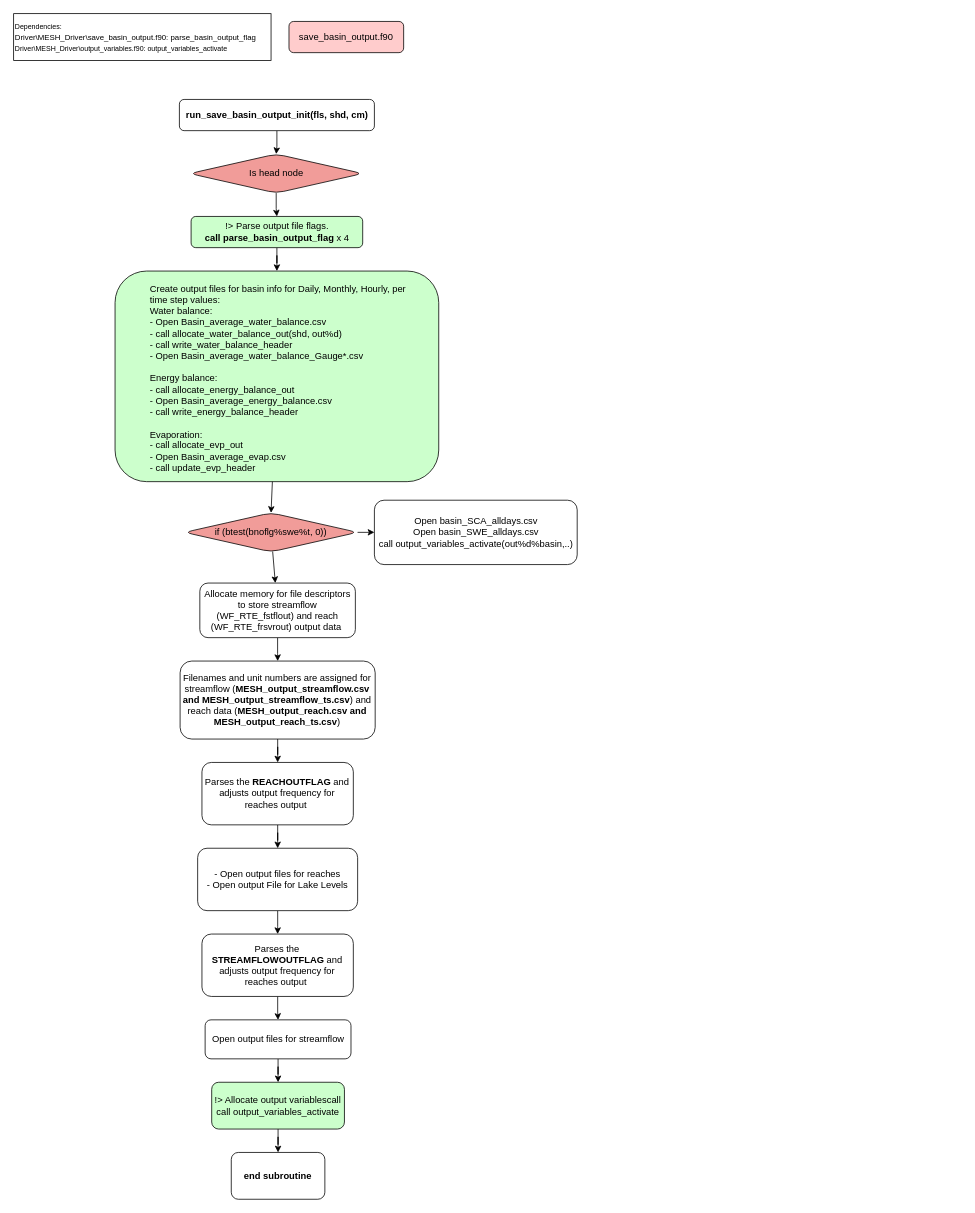
This is save_basin_output.drawio from MeshMapping/r1813_Mappings, a draw.io file, before an edit. Source tidied: cells renumbered, new cells numbered last; positions are measured from the earlier drawing's top-left corner, leaving out a move shared by most shapes. Both pictures are drawn from the tidied source at 78%, with x=0, y=0 at pixel (13, 13).
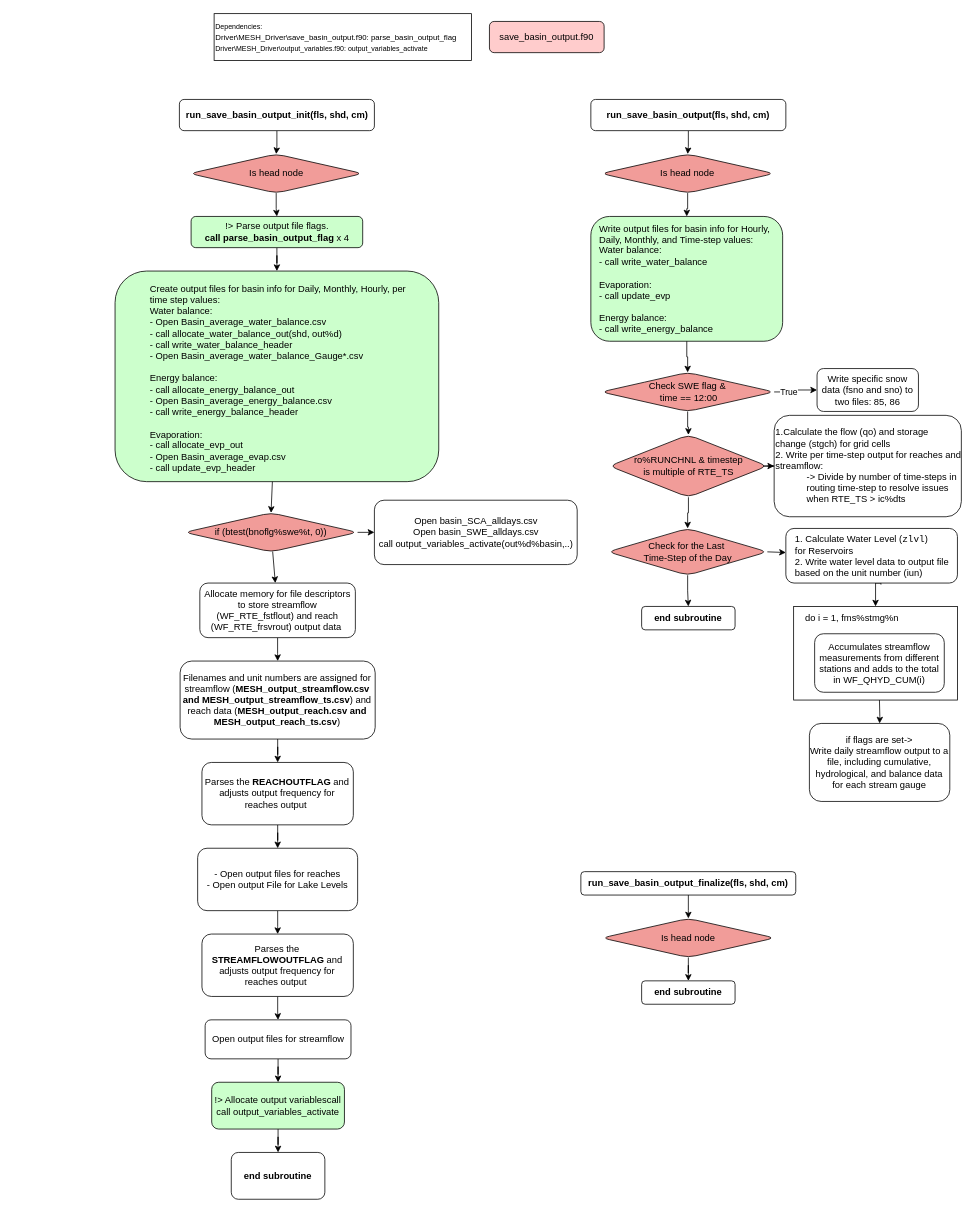
The same diagram, later.

The edit, as a diff of the source:
```diff
@@
     <mxCell id="4" value="&lt;div&gt;&lt;font style=&quot;font-size: 9px;&quot;&gt;Dependencies:&lt;/font&gt;&lt;/div&gt;&lt;div&gt;&lt;font style=&quot;&quot;&gt;&lt;font size=&quot;1&quot;&gt;Driver\MESH_Driver\save_basin_output.f90: parse_basin_output_flag&lt;/font&gt;&lt;br&gt;&lt;/font&gt;&lt;/div&gt;&lt;div&gt;&lt;font style=&quot;font-size: 9px;&quot;&gt;Driver\MESH_Driver\output_variables.f90: output_variables_activate&lt;/font&gt;&lt;br&gt;&lt;/div&gt;" style="rounded=0;whiteSpace=wrap;html=1;align=left;" parent="1" vertex="1">
-      <mxGeometry width="330" height="60" as="geometry" />
+      <mxGeometry x="257" width="330" height="60" as="geometry" />
     </mxCell>
@@
     <mxCell id="32" value="save_basin_output.f90" style="rounded=1;whiteSpace=wrap;html=1;fillColor=#FFCCCC;" parent="1" vertex="1">
-      <mxGeometry x="353" y="10" width="147" height="40" as="geometry" />
+      <mxGeometry x="610" y="10" width="147" height="40" as="geometry" />
     </mxCell>
+    <mxCell id="33" style="edgeStyle=orthogonalEdgeStyle;rounded=0;jettySize=auto;html=1;exitX=0.5;exitY=1;exitDx=0;exitDy=0;" parent="1" edge="1" source="34" target="36">
+      <mxGeometry relative="1" as="geometry" />
+    </mxCell>
+    <mxCell id="34" value="run_save_basin_output(fls, shd, cm)" style="rounded=1;whiteSpace=wrap;html=1;fontStyle=1;" parent="1" vertex="1">
+      <mxGeometry x="740" y="110" width="250" height="40" as="geometry" />
+    </mxCell>
+    <mxCell id="35" style="edgeStyle=orthogonalEdgeStyle;rounded=0;jettySize=auto;html=1;entryX=0.5;entryY=0;entryDx=0;entryDy=0;" parent="1" edge="1" source="36" target="38">
+      <mxGeometry relative="1" as="geometry" />
+    </mxCell>
+    <mxCell id="36" value="&lt;span style=&quot;font-weight: normal;&quot;&gt;Is head node&lt;/span&gt;" style="rhombus;whiteSpace=wrap;html=1;rounded=1;fontStyle=1;fillColor=#F19C99;" parent="1" vertex="1">
+      <mxGeometry x="753.2" y="180" width="221.8" height="50" as="geometry" />
+    </mxCell>
+    <mxCell id="37" style="group;fillColor=#FFFFFF;" parent="1" vertex="1">
+      <mxGeometry x="740" y="260" width="245.9" height="160" as="geometry" />
+    </mxCell>
+    <mxCell id="38" value="&lt;div&gt;&lt;br&gt;&lt;/div&gt;" style="rounded=1;whiteSpace=wrap;html=1;fontStyle=1;fillColor=#CCFFCC;" parent="37" vertex="1">
+      <mxGeometry width="245.9" height="160" as="geometry" />
+    </mxCell>
+    <mxCell id="39" value="&lt;div&gt;Write output files for basin info for&amp;nbsp;&lt;span style=&quot;background-color: initial;&quot;&gt;Hourly,&amp;nbsp;&lt;/span&gt;&lt;/div&gt;&lt;div&gt;&lt;span style=&quot;background-color: initial;&quot;&gt;Daily, Monthly, and Time-step values:&lt;/span&gt;&lt;/div&gt;&lt;div&gt;Water balance:&lt;/div&gt;&lt;div&gt;- call write_water_balance&lt;/div&gt;&lt;div&gt;&lt;br&gt;&lt;/div&gt;&lt;div&gt;&lt;div&gt;Evaporation:&lt;/div&gt;&lt;div&gt;- call&amp;nbsp;update_evp&lt;/div&gt;&lt;/div&gt;&lt;div&gt;&lt;br&gt;&lt;/div&gt;&lt;div&gt;Energy balance:&lt;/div&gt;&lt;div&gt;-&amp;nbsp;&lt;span style=&quot;background-color: initial;&quot;&gt;call write_energy_balance&lt;/span&gt;&lt;/div&gt;" style="text;html=1;align=left;verticalAlign=middle;whiteSpace=wrap;rounded=0;" parent="37" vertex="1">
+      <mxGeometry x="8.8" y="9.4" width="228.3" height="141.2" as="geometry" />
+    </mxCell>
+    <mxCell id="40" style="edgeStyle=orthogonalEdgeStyle;rounded=0;jettySize=auto;html=1;" parent="1" edge="1" source="43" target="45">
+      <mxGeometry relative="1" as="geometry" />
+    </mxCell>
+    <mxCell id="41" value="True" style="edgeLabel;html=1;align=center;verticalAlign=middle;" parent="40" vertex="1">
+      <mxGeometry x="-0.38" relative="1" as="geometry" />
+    </mxCell>
+    <mxCell id="42" style="edgeStyle=orthogonalEdgeStyle;rounded=0;jettySize=auto;html=1;entryX=0.5;entryY=0;entryDx=0;entryDy=0;" parent="1" edge="1" source="43" target="48">
+      <mxGeometry relative="1" as="geometry" />
+    </mxCell>
+    <mxCell id="43" value="&lt;span style=&quot;font-weight: normal;&quot;&gt;Check SWE flag &amp;amp;&lt;/span&gt;&lt;div&gt;&lt;span style=&quot;font-weight: normal;&quot;&gt;&amp;nbsp;time == 12:00&lt;/span&gt;&lt;/div&gt;" style="rhombus;whiteSpace=wrap;html=1;rounded=1;fontStyle=1;fillColor=#F19C99;" parent="1" vertex="1">
+      <mxGeometry x="753.2" y="460" width="221.8" height="50" as="geometry" />
+    </mxCell>
+    <mxCell id="44" style="edgeStyle=orthogonalEdgeStyle;rounded=0;jettySize=auto;html=1;entryX=0.5;entryY=0;entryDx=0;entryDy=0;" parent="1" edge="1" source="38" target="43">
+      <mxGeometry relative="1" as="geometry" />
+    </mxCell>
+    <mxCell id="45" value="&lt;span style=&quot;font-weight: normal;&quot;&gt;Write specific snow data (fsno and sno) to two files: 85, 86&lt;/span&gt;" style="whiteSpace=wrap;html=1;fillColor=#FFFFFF;rounded=1;fontStyle=1;" parent="1" vertex="1">
+      <mxGeometry x="1030" y="455" width="130" height="55" as="geometry" />
+    </mxCell>
+    <mxCell id="46" style="edgeStyle=orthogonalEdgeStyle;rounded=0;jettySize=auto;html=1;" parent="1" edge="1" source="48" target="49">
+      <mxGeometry relative="1" as="geometry" />
+    </mxCell>
+    <mxCell id="47" style="edgeStyle=orthogonalEdgeStyle;rounded=0;jettySize=auto;html=1;" parent="1" edge="1" source="48" target="52">
+      <mxGeometry relative="1" as="geometry" />
+    </mxCell>
+    <mxCell id="48" value="&lt;span style=&quot;font-weight: 400;&quot;&gt;ro%RUNCHNL &amp;amp;&amp;nbsp;&lt;/span&gt;&lt;span style=&quot;background-color: initial; font-weight: 400;&quot;&gt;timestep&lt;/span&gt;&lt;div&gt;&lt;span style=&quot;background-color: initial; font-weight: 400;&quot;&gt;&amp;nbsp;is multiple of&amp;nbsp;&lt;/span&gt;&lt;span style=&quot;background-color: initial; font-weight: 400;&quot;&gt;RTE_TS&lt;/span&gt;&lt;span style=&quot;background-color: initial; font-weight: 400;&quot;&gt;&amp;nbsp;&lt;/span&gt;&lt;/div&gt;" style="rhombus;whiteSpace=wrap;html=1;rounded=1;fontStyle=1;fillColor=#F19C99;" parent="1" vertex="1">
+      <mxGeometry x="763.8" y="540" width="202.5" height="80" as="geometry" />
+    </mxCell>
+    <mxCell id="49" value="&lt;span style=&quot;font-weight: normal;&quot;&gt;1.Calculate the flow (qo) and storage change (stgch) for grid cells&lt;/span&gt;&lt;div&gt;&lt;span style=&quot;font-weight: normal;&quot;&gt;2. &lt;/span&gt;&lt;span style=&quot;font-weight: 400;&quot;&gt;Write per time-step output for reaches and streamflow:&lt;/span&gt;&lt;br&gt;&lt;/div&gt;&lt;blockquote style=&quot;margin: 0 0 0 40px; border: none; padding: 0px;&quot;&gt;&lt;div&gt;&lt;span style=&quot;background-color: initial; font-weight: 400;&quot;&gt;-&amp;gt; Divide by number of time-steps in routing time-step to resolve issues when RTE_TS &amp;gt; ic%dts&lt;/span&gt;&lt;/div&gt;&lt;/blockquote&gt;" style="whiteSpace=wrap;html=1;fillColor=#FFFFFF;rounded=1;fontStyle=1;align=left;" parent="1" vertex="1">
+      <mxGeometry x="975" y="515" width="240" height="130" as="geometry" />
+    </mxCell>
+    <mxCell id="50" style="edgeStyle=orthogonalEdgeStyle;rounded=0;jettySize=auto;html=1;entryX=0.5;entryY=0;entryDx=0;entryDy=0;exitX=0.533;exitY=1.029;exitDx=0;exitDy=0;exitPerimeter=0;" parent="1" edge="1" source="55" target="58">
+      <mxGeometry relative="1" as="geometry">
+        <Array as="points">
+          <mxPoint x="1112" y="730" />
+          <mxPoint x="1105" y="730" />
+        </Array>
+      </mxGeometry>
+    </mxCell>
+    <mxCell id="51" style="edgeStyle=orthogonalEdgeStyle;rounded=0;jettySize=auto;html=1;entryX=0.5;entryY=0;entryDx=0;entryDy=0;" parent="1" edge="1" source="52" target="63">
+      <mxGeometry relative="1" as="geometry" />
+    </mxCell>
+    <mxCell id="52" value="&lt;span style=&quot;font-weight: 400;&quot;&gt;Check for the Last&amp;nbsp;&lt;/span&gt;&lt;div&gt;&lt;span style=&quot;font-weight: 400;&quot;&gt;Time-Step of the Day&lt;/span&gt;&lt;/div&gt;" style="rhombus;whiteSpace=wrap;html=1;rounded=1;fontStyle=1;fillColor=#F19C99;" parent="1" vertex="1">
+      <mxGeometry x="761.8" y="660" width="204.5" height="60" as="geometry" />
+    </mxCell>
+    <mxCell id="53" style="group;" parent="1" vertex="1">
+      <mxGeometry x="990" y="660" width="220" height="75" as="geometry" />
+    </mxCell>
+    <mxCell id="54" style="whiteSpace=wrap;html=1;fillColor=#FFFFFF;rounded=1;fontStyle=1;" parent="53" vertex="1">
+      <mxGeometry width="220" height="70" as="geometry" />
+    </mxCell>
+    <mxCell id="55" value="1. Calculate Water Level (&lt;code&gt;zlvl&lt;/code&gt;) for&amp;nbsp;Reservoirs&lt;div&gt;2. Write water level data to output file based on the unit number (iun)&lt;/div&gt;" style="text;whiteSpace=wrap;html=1;" parent="53" vertex="1">
+      <mxGeometry x="10" width="210" height="70" as="geometry" />
+    </mxCell>
+    <mxCell id="56" style="rounded=0;jettySize=auto;html=1;exitX=1;exitY=0.5;exitDx=0;exitDy=0;" parent="1" edge="1" source="52" target="54">
+      <mxGeometry relative="1" as="geometry" />
+    </mxCell>
+    <mxCell id="57" style="group;" parent="1" vertex="1">
+      <mxGeometry x="1000" y="760" width="210" height="120" as="geometry" />
+    </mxCell>
+    <mxCell id="58" style="rounded=0;whiteSpace=wrap;html=1;" parent="57" vertex="1">
+      <mxGeometry width="210" height="120" as="geometry" />
+    </mxCell>
+    <mxCell id="59" value="&lt;span style=&quot;font-weight: normal;&quot;&gt;Accumulates&amp;nbsp;streamflow measurements from different stations and adds to the total in&amp;nbsp;&lt;/span&gt;&lt;span style=&quot;font-weight: 400;&quot;&gt;WF_QHYD_CUM(i)&lt;/span&gt;" style="whiteSpace=wrap;html=1;fillColor=#FFFFFF;rounded=1;fontStyle=1;" parent="57" vertex="1">
+      <mxGeometry x="26.9" y="35" width="166.2" height="75" as="geometry" />
+    </mxCell>
+    <mxCell id="60" value="do i = 1, fms%stmg%n" style="text;html=1;align=center;verticalAlign=middle;whiteSpace=wrap;rounded=0;" parent="57" vertex="1">
+      <mxGeometry x="10" y="10" width="130" height="10" as="geometry" />
+    </mxCell>
+    <mxCell id="61" value="&lt;span style=&quot;font-weight: normal;&quot;&gt;if flags are set-&amp;gt;&lt;/span&gt;&lt;div&gt;&lt;span style=&quot;font-weight: normal;&quot;&gt;Write daily streamflow output to a file, including cumulative, hydrological, and balance data for each stream gauge&lt;/span&gt;&lt;/div&gt;" style="whiteSpace=wrap;html=1;fillColor=#FFFFFF;rounded=1;fontStyle=1;" parent="1" vertex="1">
+      <mxGeometry x="1020.2" y="910" width="180" height="100" as="geometry" />
+    </mxCell>
+    <mxCell id="62" style="edgeStyle=orthogonalEdgeStyle;rounded=0;jettySize=auto;html=1;" parent="1" edge="1" target="61">
+      <mxGeometry relative="1" as="geometry">
+        <mxPoint x="1110" y="880" as="sourcePoint" />
+      </mxGeometry>
+    </mxCell>
+    <mxCell id="63" value="end subroutine" style="whiteSpace=wrap;html=1;fillColor=#FFFFFF;rounded=1;fontStyle=1;" parent="1" vertex="1">
+      <mxGeometry x="805.1" y="760" width="119.8" height="30" as="geometry" />
+    </mxCell>
+    <mxCell id="64" style="edgeStyle=orthogonalEdgeStyle;rounded=0;jettySize=auto;html=1;entryX=0.5;entryY=0;entryDx=0;entryDy=0;" parent="1" edge="1" source="65" target="67">
+      <mxGeometry relative="1" as="geometry" />
+    </mxCell>
+    <mxCell id="65" value="run_save_basin_output_finalize(fls, shd, cm)" style="rounded=1;whiteSpace=wrap;html=1;fontStyle=1;" parent="1" vertex="1">
+      <mxGeometry x="727.2" y="1100" width="275.5" height="30" as="geometry" />
+    </mxCell>
+    <mxCell id="66" style="edgeStyle=orthogonalEdgeStyle;rounded=0;jettySize=auto;html=1;entryX=0.5;entryY=0;entryDx=0;entryDy=0;" parent="1" edge="1" source="67" target="68">
+      <mxGeometry relative="1" as="geometry" />
+    </mxCell>
+    <mxCell id="67" value="&lt;span style=&quot;font-weight: normal;&quot;&gt;Is head node&lt;/span&gt;" style="rhombus;whiteSpace=wrap;html=1;rounded=1;fontStyle=1;fillColor=#F19C99;" parent="1" vertex="1">
+      <mxGeometry x="754.1" y="1160" width="221.8" height="50" as="geometry" />
+    </mxCell>
+    <mxCell id="68" value="end subroutine" style="whiteSpace=wrap;html=1;fillColor=#FFFFFF;rounded=1;fontStyle=1;" parent="1" vertex="1">
+      <mxGeometry x="805.1" y="1240" width="119.8" height="30" as="geometry" />
+    </mxCell>
```
